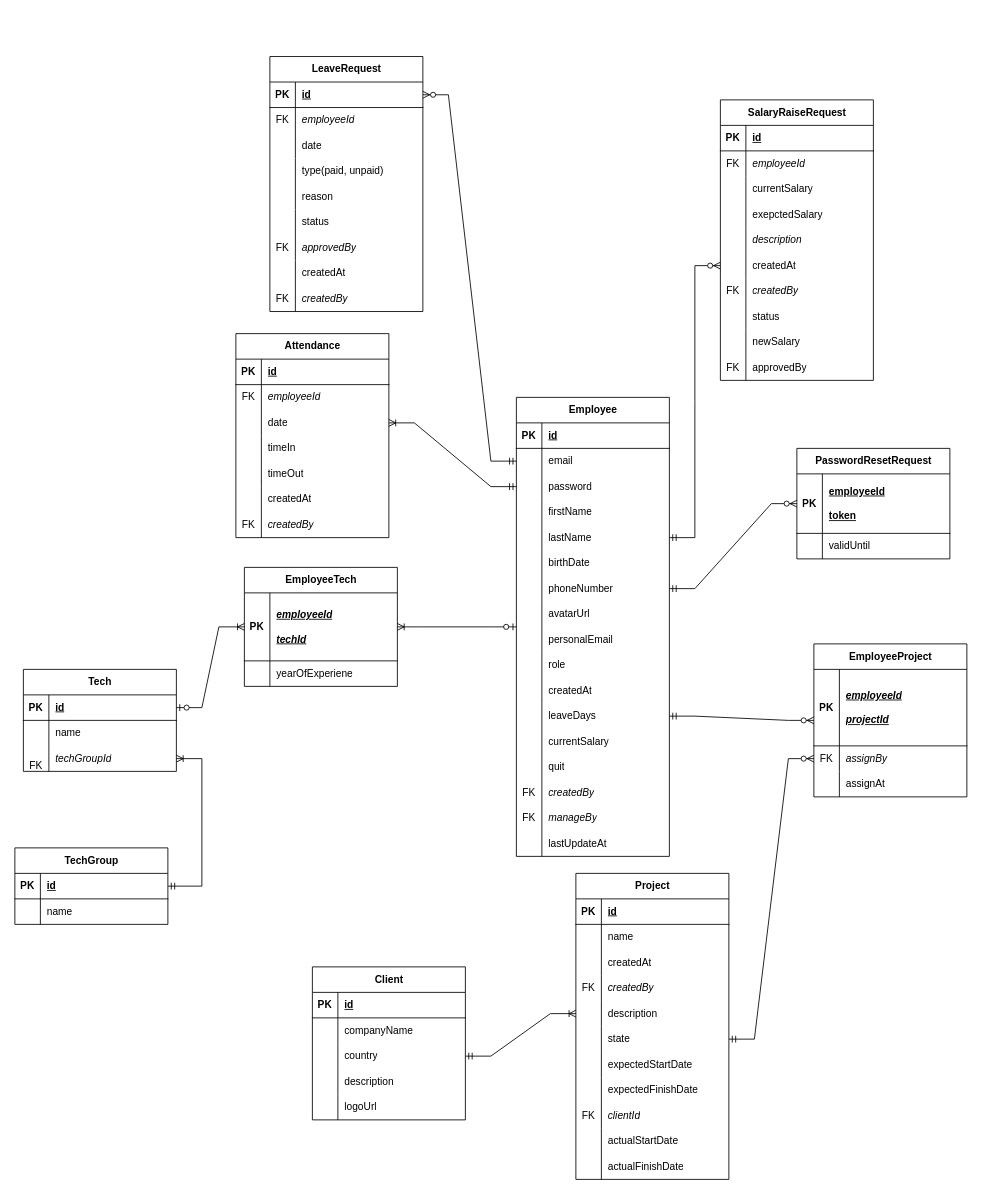
Earlier version of the draw.io diagram EntityRelationshipDiagram.drawio (LeQuiLong7/VMO_HumanManagementProject). Source tidied: cells renumbered, new cells numbered last; positions are measured from the earlier drawing's top-left corner, leaving out a move shared by most shapes. Both pictures are drawn from the tidied source at 85%, with x=0, y=0 at pixel (-232, 56).
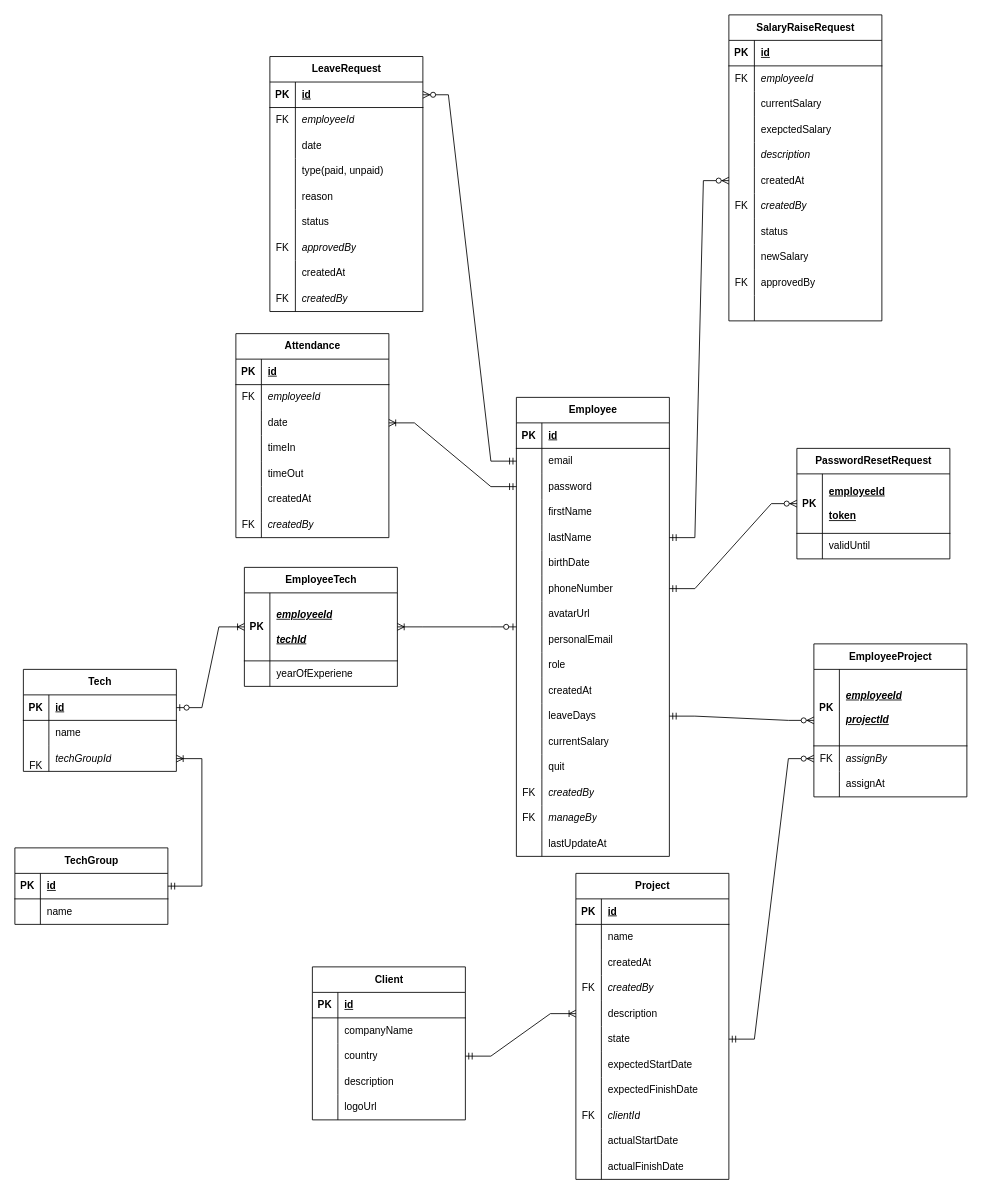
The same diagram, later.

Diff of the diagram source:
```diff
@@
     <mxCell id="203" value="SalaryRaiseRequest" style="shape=table;startSize=30;childLayout=tableLayout;rowLines=0;fontStyle=1;align=center;html=1;" parent="1" vertex="1">
-      <mxGeometry x="1120" y="51" width="180" height="330" as="geometry" />
+      <mxGeometry x="1130" y="-49" width="180" height="360" as="geometry" />
     </mxCell>
@@
+    <mxCell id="236" style="shape=tableRow;horizontal=0;startSize=0;swimlaneHead=0;swimlaneBody=0;fillColor=none;top=0;left=0;right=0;bottom=0;" parent="203" vertex="1">
+      <mxGeometry y="330" width="180" height="30" as="geometry" />
+    </mxCell>
+    <mxCell id="237" style="shape=partialRectangle;fillColor=none;top=0;left=0;bottom=0;right=0;overflow=hidden;whiteSpace=wrap;html=1;" parent="236" vertex="1">
+      <mxGeometry width="30" height="30" as="geometry" />
+    </mxCell>
+    <mxCell id="238" style="shape=partialRectangle;fillColor=none;top=0;left=0;bottom=0;right=0;align=left;spacingLeft=6;overflow=hidden;whiteSpace=wrap;html=1;" parent="236" vertex="1">
+      <mxGeometry x="30" width="150" height="30" as="geometry" />
+    </mxCell>
```
